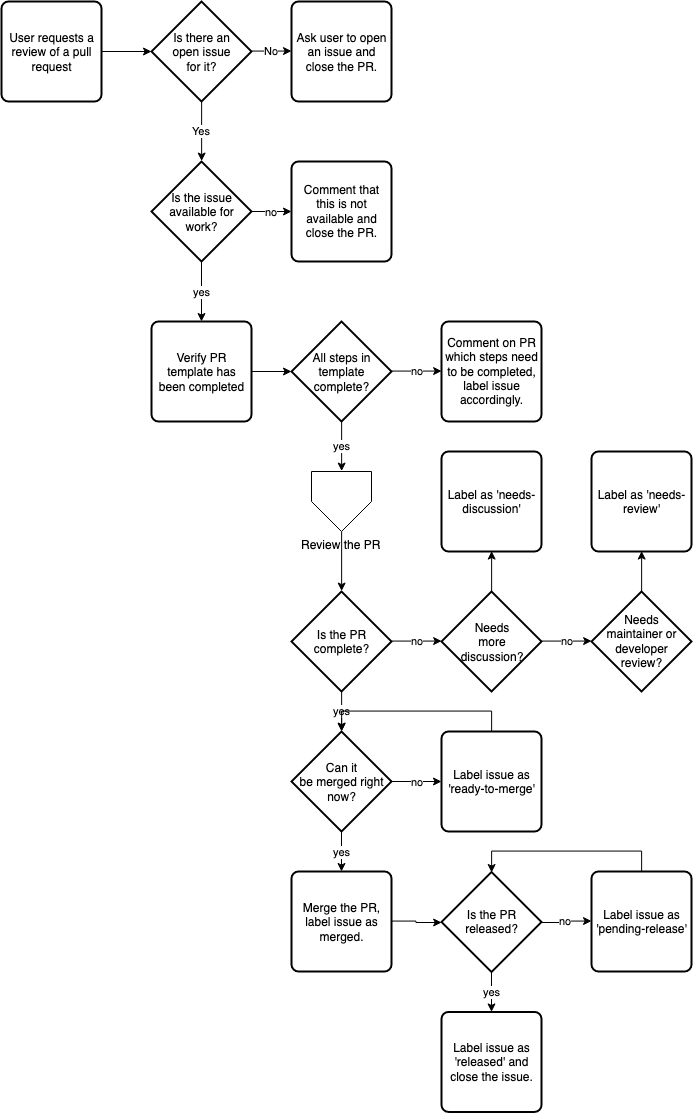
The draw.io diagram proposals/contrib-guide-high-level.png in kdaily/aws-cli, before a commit. Source tidied: cells renumbered, new cells last; positions are measured from the earlier drawing's top-left corner, leaving out a move shared by most shapes.
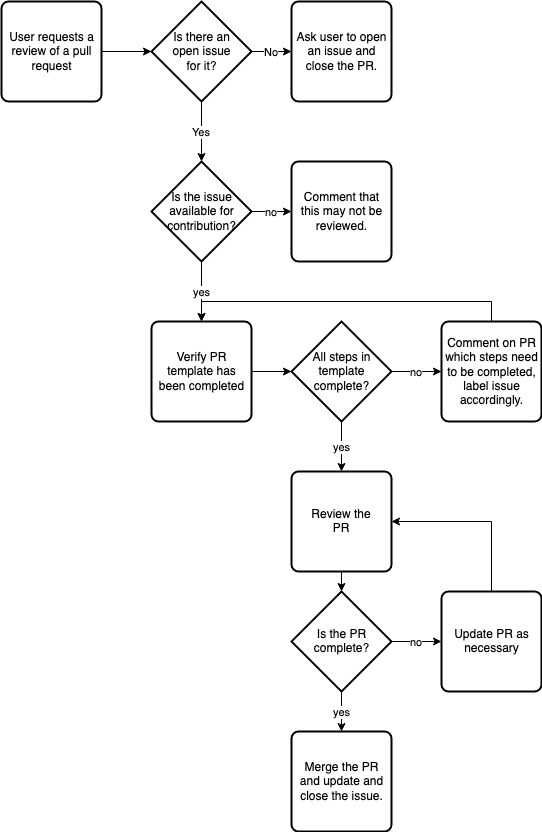
The same file after the commit.

Change to the diagram source:
```diff
@@ -32,10 +32,10 @@
     <mxCell id="11" value="yes" style="edgeStyle=orthogonalEdgeStyle;rounded=0;jettySize=auto;html=1;" parent="1" edge="1" source="12" target="9">
       <mxGeometry relative="1" as="geometry" />
     </mxCell>
-    <mxCell id="12" value="Is the issue available for work?" style="strokeWidth=2;html=1;shape=mxgraph.flowchart.decision;whiteSpace=wrap;" parent="1" vertex="1">
+    <mxCell id="12" value="Is the issue available for contribution?" style="strokeWidth=2;html=1;shape=mxgraph.flowchart.decision;whiteSpace=wrap;" parent="1" vertex="1">
       <mxGeometry x="150" y="160" width="100" height="100" as="geometry" />
     </mxCell>
-    <mxCell id="13" value="Comment that this is not available and close the PR." style="rounded=1;whiteSpace=wrap;html=1;absoluteArcSize=1;arcSize=14;strokeWidth=2;" parent="1" vertex="1">
+    <mxCell id="13" value="Comment that this may not be reviewed." style="rounded=1;whiteSpace=wrap;html=1;absoluteArcSize=1;arcSize=14;strokeWidth=2;" parent="1" vertex="1">
       <mxGeometry x="290" y="160" width="100" height="100" as="geometry" />
     </mxCell>
     <mxCell id="14" value="yes" style="edgeStyle=orthogonalEdgeStyle;rounded=0;jettySize=auto;html=1;entryX=0.5;entryY=0;entryDx=0;entryDy=0;" parent="1" edge="1" source="16" target="29">
@@ -47,83 +47,42 @@
     <mxCell id="16" value="All steps in template complete?" style="strokeWidth=2;html=1;shape=mxgraph.flowchart.decision;whiteSpace=wrap;" parent="1" vertex="1">
       <mxGeometry x="290" y="320" width="100" height="100" as="geometry" />
     </mxCell>
+    <mxCell id="43" style="edgeStyle=orthogonalEdgeStyle;rounded=0;jettySize=auto;html=1;entryX=0.5;entryY=0;entryDx=0;entryDy=0;exitX=0.5;exitY=0;exitDx=0;exitDy=0;" parent="1" edge="1" source="17" target="9">
+      <mxGeometry relative="1" as="geometry" />
+    </mxCell>
     <mxCell id="17" value="Comment on PR which steps need to be completed, label issue accordingly." style="rounded=1;whiteSpace=wrap;html=1;absoluteArcSize=1;arcSize=14;strokeWidth=2;" parent="1" vertex="1">
       <mxGeometry x="440" y="320" width="100" height="100" as="geometry" />
     </mxCell>
-    <mxCell id="18" value="yes" style="edgeStyle=orthogonalEdgeStyle;rounded=0;jettySize=auto;html=1;exitX=0.5;exitY=1;exitDx=0;exitDy=0;exitPerimeter=0;" parent="1" edge="1" source="20" target="25">
-      <mxGeometry relative="1" as="geometry" />
+    <mxCell id="18" value="yes" style="edgeStyle=orthogonalEdgeStyle;rounded=0;jettySize=auto;html=1;exitX=0.5;exitY=1;exitDx=0;exitDy=0;exitPerimeter=0;" parent="1" edge="1" source="20">
+      <mxGeometry relative="1" as="geometry">
+        <mxPoint x="340" y="730" as="targetPoint" />
+      </mxGeometry>
     </mxCell>
-    <mxCell id="19" value="no" style="edgeStyle=orthogonalEdgeStyle;rounded=0;jettySize=auto;html=1;exitX=1;exitY=0.5;exitDx=0;exitDy=0;exitPerimeter=0;entryX=0;entryY=0.5;entryDx=0;entryDy=0;entryPerimeter=0;" parent="1" edge="1" source="20" target="38">
+    <mxCell id="19" value="no" style="edgeStyle=orthogonalEdgeStyle;rounded=0;jettySize=auto;html=1;exitX=1;exitY=0.5;exitDx=0;exitDy=0;exitPerimeter=0;entryX=0;entryY=0.5;entryDx=0;entryDy=0;" parent="1" edge="1" source="20" target="41">
       <mxGeometry relative="1" as="geometry" />
     </mxCell>
     <mxCell id="20" value="Is the PR complete?" style="strokeWidth=2;html=1;shape=mxgraph.flowchart.decision;whiteSpace=wrap;" parent="1" vertex="1">
       <mxGeometry x="290" y="590" width="100" height="100" as="geometry" />
     </mxCell>
-    <mxCell id="21" style="edgeStyle=orthogonalEdgeStyle;rounded=0;jettySize=auto;html=1;exitX=0.5;exitY=0;exitDx=0;exitDy=0;entryX=0.5;entryY=0;entryDx=0;entryDy=0;entryPerimeter=0;" parent="1" edge="1" source="22" target="25">
-      <mxGeometry relative="1" as="geometry" />
+    <mxCell id="21" style="edgeStyle=orthogonalEdgeStyle;rounded=0;orthogonalLoop=1;jettySize=auto;html=1;exitX=0.5;exitY=0;exitDx=0;exitDy=0;entryX=0.5;entryY=0;entryDx=0;entryDy=0;entryPerimeter=0;" parent="1" edge="1">
+      <mxGeometry relative="1" as="geometry">
+        <mxPoint x="490" y="730" as="sourcePoint" />
+      </mxGeometry>
     </mxCell>
-    <mxCell id="22" value="Label issue as 'ready-to-merge'" style="rounded=1;whiteSpace=wrap;html=1;absoluteArcSize=1;arcSize=14;strokeWidth=2;" parent="1" vertex="1">
-      <mxGeometry x="440" y="730" width="100" height="100" as="geometry" />
-    </mxCell>
-    <mxCell id="23" value="yes" style="edgeStyle=orthogonalEdgeStyle;rounded=0;jettySize=auto;html=1;" parent="1" edge="1" source="25" target="27">
-      <mxGeometry relative="1" as="geometry" />
-    </mxCell>
-    <mxCell id="24" value="no" style="edgeStyle=orthogonalEdgeStyle;rounded=0;jettySize=auto;html=1;" parent="1" edge="1" source="25" target="22">
-      <mxGeometry relative="1" as="geometry" />
-    </mxCell>
-    <mxCell id="25" value="&lt;div&gt;Can it&lt;/div&gt;&lt;div&gt; be merged right now?&lt;/div&gt;" style="strokeWidth=2;html=1;shape=mxgraph.flowchart.decision;whiteSpace=wrap;" parent="1" vertex="1">
-      <mxGeometry x="290" y="730" width="100" height="100" as="geometry" />
-    </mxCell>
-    <mxCell id="26" style="edgeStyle=orthogonalEdgeStyle;rounded=0;jettySize=auto;html=1;exitX=1;exitY=0.5;exitDx=0;exitDy=0;entryX=0;entryY=0.5;entryDx=0;entryDy=0;entryPerimeter=0;" parent="1" edge="1" source="27" target="32">
-      <mxGeometry relative="1" as="geometry" />
-    </mxCell>
-    <mxCell id="27" value="Merge the PR, label issue as merged." style="rounded=1;whiteSpace=wrap;html=1;absoluteArcSize=1;arcSize=14;strokeWidth=2;" parent="1" vertex="1">
-      <mxGeometry x="290" y="870" width="100" height="100" as="geometry" />
+    <mxCell id="27" value="Merge the PR and update and close the issue." style="rounded=1;whiteSpace=wrap;html=1;absoluteArcSize=1;arcSize=14;strokeWidth=2;" parent="1" vertex="1">
+      <mxGeometry x="290" y="730" width="100" height="100" as="geometry" />
     </mxCell>
-    <mxCell id="28" style="edgeStyle=orthogonalEdgeStyle;rounded=0;jettySize=auto;html=1;entryX=0.5;entryY=0;entryDx=0;entryDy=0;entryPerimeter=0;" parent="1" edge="1" source="29" target="20">
+    <mxCell id="28" style="edgeStyle=orthogonalEdgeStyle;rounded=0;jettySize=auto;html=1;entryX=0.5;entryY=0;entryDx=0;entryDy=0;entryPerimeter=0;exitX=0.5;exitY=1;exitDx=0;exitDy=0;" parent="1" edge="1" source="29" target="20">
       <mxGeometry relative="1" as="geometry" />
     </mxCell>
+    <mxCell id="44" style="edgeStyle=orthogonalEdgeStyle;rounded=0;jettySize=auto;html=1;entryX=1;entryY=0.5;entryDx=0;entryDy=0;exitX=0.5;exitY=0;exitDx=0;exitDy=0;" parent="1" edge="1" source="41" target="29">
+      <mxGeometry relative="1" as="geometry" />
+    </mxCell>
+    <mxCell id="41" value="Update PR as necessary" style="rounded=1;whiteSpace=wrap;html=1;absoluteArcSize=1;arcSize=14;strokeWidth=2;" parent="1" vertex="1">
+      <mxGeometry x="440" y="590" width="100" height="100" as="geometry" />
+    </mxCell>
-    <mxCell id="29" value="Review the PR" style="verticalLabelPosition=bottom;verticalAlign=top;html=1;shape=offPageConnector;rounded=0;size=0.5;" parent="1" vertex="1">
-      <mxGeometry x="310" y="470" width="60" height="60" as="geometry" />
+    <mxCell id="29" value="&lt;div&gt;Review the&lt;/div&gt;&lt;div&gt;PR&lt;br&gt;&lt;/div&gt;" style="rounded=1;whiteSpace=wrap;html=1;absoluteArcSize=1;arcSize=14;strokeWidth=2;" parent="1" vertex="1">
+      <mxGeometry x="290" y="470" width="100" height="100" as="geometry" />
     </mxCell>
-    <mxCell id="30" value="yes" style="edgeStyle=orthogonalEdgeStyle;rounded=0;jettySize=auto;html=1;" parent="1" edge="1" source="32" target="33">
-      <mxGeometry relative="1" as="geometry" />
-    </mxCell>
-    <mxCell id="31" value="no" style="edgeStyle=orthogonalEdgeStyle;rounded=0;jettySize=auto;html=1;" parent="1" edge="1" source="32" target="35">
-      <mxGeometry relative="1" as="geometry" />
-    </mxCell>
-    <mxCell id="32" value="Is the PR released?" style="strokeWidth=2;html=1;shape=mxgraph.flowchart.decision;whiteSpace=wrap;" parent="1" vertex="1">
-      <mxGeometry x="440" y="870.4" width="100" height="100" as="geometry" />
-    </mxCell>
-    <mxCell id="33" value="Label issue as 'released' and close the issue." style="rounded=1;whiteSpace=wrap;html=1;absoluteArcSize=1;arcSize=14;strokeWidth=2;" parent="1" vertex="1">
-      <mxGeometry x="440" y="1010.4" width="100" height="100" as="geometry" />
-    </mxCell>
-    <mxCell id="34" style="edgeStyle=orthogonalEdgeStyle;rounded=0;jettySize=auto;html=1;exitX=0.5;exitY=0;exitDx=0;exitDy=0;entryX=0.5;entryY=0;entryDx=0;entryDy=0;entryPerimeter=0;" parent="1" edge="1" source="35" target="32">
-      <mxGeometry relative="1" as="geometry" />
-    </mxCell>
-    <mxCell id="35" value="Label issue as 'pending-release'" style="rounded=1;whiteSpace=wrap;html=1;absoluteArcSize=1;arcSize=14;strokeWidth=2;" parent="1" vertex="1">
-      <mxGeometry x="590" y="870" width="100" height="100" as="geometry" />
-    </mxCell>
-    <mxCell id="36" value="no" style="edgeStyle=orthogonalEdgeStyle;rounded=0;jettySize=auto;html=1;exitX=1;exitY=0.5;exitDx=0;exitDy=0;exitPerimeter=0;entryX=0;entryY=0.5;entryDx=0;entryDy=0;entryPerimeter=0;" parent="1" edge="1" source="38" target="40">
-      <mxGeometry relative="1" as="geometry" />
-    </mxCell>
-    <mxCell id="37" style="edgeStyle=orthogonalEdgeStyle;rounded=0;jettySize=auto;html=1;exitX=0.5;exitY=0;exitDx=0;exitDy=0;exitPerimeter=0;entryX=0.5;entryY=1;entryDx=0;entryDy=0;" parent="1" edge="1" source="38" target="41">
-      <mxGeometry relative="1" as="geometry" />
-    </mxCell>
-    <mxCell id="38" value="&lt;div&gt;Needs&lt;/div&gt;&lt;div&gt;more&lt;br&gt;&lt;/div&gt;&lt;div&gt;discussion?&lt;/div&gt;" style="strokeWidth=2;html=1;shape=mxgraph.flowchart.decision;whiteSpace=wrap;" parent="1" vertex="1">
-      <mxGeometry x="440" y="590" width="100" height="100" as="geometry" />
-    </mxCell>
-    <mxCell id="39" style="edgeStyle=orthogonalEdgeStyle;rounded=0;jettySize=auto;html=1;exitX=0.5;exitY=0;exitDx=0;exitDy=0;exitPerimeter=0;entryX=0.5;entryY=1;entryDx=0;entryDy=0;" parent="1" edge="1" source="40" target="42">
-      <mxGeometry relative="1" as="geometry" />
-    </mxCell>
-    <mxCell id="40" value="&lt;div&gt;Needs&lt;/div&gt;&lt;div&gt;maintainer or developer review?&lt;/div&gt;" style="strokeWidth=2;html=1;shape=mxgraph.flowchart.decision;whiteSpace=wrap;" parent="1" vertex="1">
-      <mxGeometry x="590" y="590" width="100" height="100" as="geometry" />
-    </mxCell>
-    <mxCell id="41" value="Label as 'needs-discussion'" style="rounded=1;whiteSpace=wrap;html=1;absoluteArcSize=1;arcSize=14;strokeWidth=2;" parent="1" vertex="1">
-      <mxGeometry x="440" y="450" width="100" height="100" as="geometry" />
-    </mxCell>
-    <mxCell id="42" value="Label as 'needs-review'" style="rounded=1;whiteSpace=wrap;html=1;absoluteArcSize=1;arcSize=14;strokeWidth=2;" parent="1" vertex="1">
-      <mxGeometry x="590" y="450" width="100" height="100" as="geometry" />
-    </mxCell>
   </root>
 </mxGraphModel>
```
